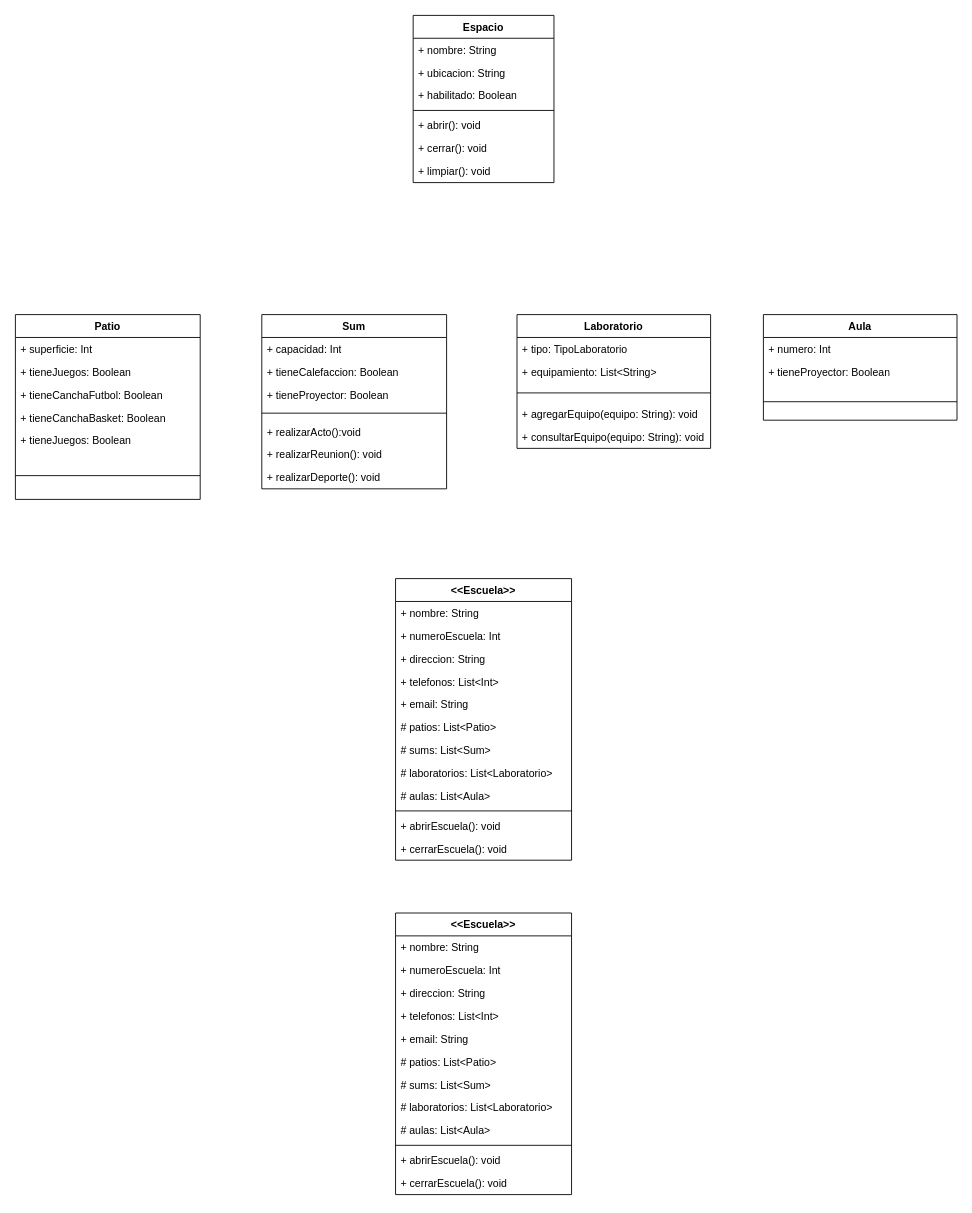
Above: uml_escuela.drawio in franualba/diagrams (draw.io), before the change. Source tidied: cells renumbered, new cells numbered last; positions are measured from the earlier drawing's top-left corner, leaving out a move shared by most shapes. Both pictures are drawn from the tidied source at 88%, with x=0, y=0 at pixel (15, 15).
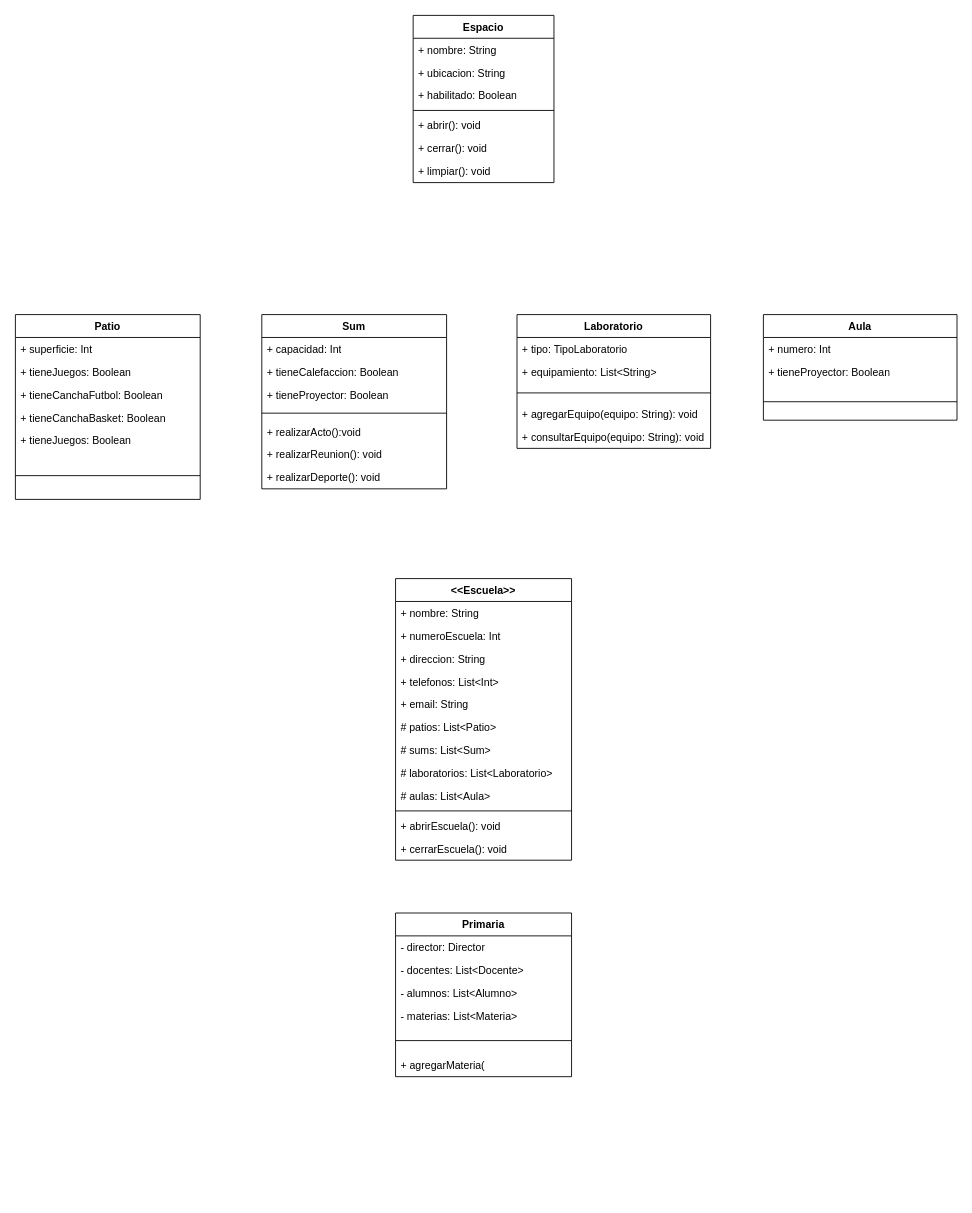
The same diagram, later.

What changed in the source:
```diff
@@
-    <mxCell id="48" value="&amp;lt;&amp;lt;Escuela&amp;gt;&amp;gt;" style="swimlane;fontStyle=1;align=center;verticalAlign=top;horizontal=1;startSize=26;whiteSpace=wrap;html=1;" parent="1" vertex="1">
-      <mxGeometry x="432" y="1020" width="200" height="320" as="geometry" />
+    <mxCell id="48" value="Primaria" style="swimlane;fontStyle=1;align=center;verticalAlign=top;horizontal=1;startSize=26;whiteSpace=wrap;html=1;" parent="1" vertex="1">
+      <mxGeometry x="432" y="1020" width="200" height="186" as="geometry" />
     </mxCell>
-    <mxCell id="49" value="+ nombre: String" style="text;strokeColor=none;fillColor=none;align=left;verticalAlign=top;spacingLeft=4;spacingRight=4;overflow=hidden;whiteSpace=wrap;html=1;" parent="48" vertex="1">
+    <mxCell id="49" value="- director: Director" style="text;strokeColor=none;fillColor=none;align=left;verticalAlign=top;spacingLeft=4;spacingRight=4;overflow=hidden;whiteSpace=wrap;html=1;" parent="48" vertex="1">
       <mxGeometry y="26" width="200" height="26" as="geometry" />
     </mxCell>
-    <mxCell id="50" value="+ numeroEscuela: Int" style="text;strokeColor=none;fillColor=none;align=left;verticalAlign=top;spacingLeft=4;spacingRight=4;overflow=hidden;whiteSpace=wrap;html=1;" parent="48" vertex="1">
+    <mxCell id="50" value="- docentes: List&amp;lt;Docente&amp;gt;" style="text;strokeColor=none;fillColor=none;align=left;verticalAlign=top;spacingLeft=4;spacingRight=4;overflow=hidden;whiteSpace=wrap;html=1;" parent="48" vertex="1">
       <mxGeometry y="52" width="200" height="26" as="geometry" />
     </mxCell>
-    <mxCell id="51" value="+ direccion: String" style="text;strokeColor=none;fillColor=none;align=left;verticalAlign=top;spacingLeft=4;spacingRight=4;overflow=hidden;whiteSpace=wrap;html=1;" parent="48" vertex="1">
+    <mxCell id="51" value="- alumnos: List&amp;lt;Alumno&amp;gt;" style="text;strokeColor=none;fillColor=none;align=left;verticalAlign=top;spacingLeft=4;spacingRight=4;overflow=hidden;whiteSpace=wrap;html=1;" parent="48" vertex="1">
       <mxGeometry y="78" width="200" height="26" as="geometry" />
     </mxCell>
-    <mxCell id="52" value="+ telefonos: List&amp;lt;Int&amp;gt;" style="text;strokeColor=none;fillColor=none;align=left;verticalAlign=top;spacingLeft=4;spacingRight=4;overflow=hidden;whiteSpace=wrap;html=1;" parent="48" vertex="1">
+    <mxCell id="52" value="- materias: List&amp;lt;Materia&amp;gt;" style="text;strokeColor=none;fillColor=none;align=left;verticalAlign=top;spacingLeft=4;spacingRight=4;overflow=hidden;whiteSpace=wrap;html=1;" parent="48" vertex="1">
       <mxGeometry y="104" width="200" height="26" as="geometry" />
     </mxCell>
-    <mxCell id="53" value="+ email: String" style="text;strokeColor=none;fillColor=none;align=left;verticalAlign=top;spacingLeft=4;spacingRight=4;overflow=hidden;whiteSpace=wrap;html=1;" parent="48" vertex="1">
-      <mxGeometry y="130" width="200" height="26" as="geometry" />
-    </mxCell>
-    <mxCell id="54" value="# patios: List&amp;lt;Patio&amp;gt;" style="text;strokeColor=none;fillColor=none;align=left;verticalAlign=top;spacingLeft=4;spacingRight=4;overflow=hidden;whiteSpace=wrap;html=1;" parent="48" vertex="1">
-      <mxGeometry y="156" width="200" height="26" as="geometry" />
-    </mxCell>
-    <mxCell id="55" value="# sums: List&amp;lt;Sum&amp;gt;" style="text;strokeColor=none;fillColor=none;align=left;verticalAlign=top;spacingLeft=4;spacingRight=4;overflow=hidden;whiteSpace=wrap;html=1;" parent="48" vertex="1">
-      <mxGeometry y="182" width="200" height="26" as="geometry" />
-    </mxCell>
-    <mxCell id="56" value="# laboratorios: List&amp;lt;Laboratorio&amp;gt;" style="text;strokeColor=none;fillColor=none;align=left;verticalAlign=top;spacingLeft=4;spacingRight=4;overflow=hidden;whiteSpace=wrap;html=1;" parent="48" vertex="1">
-      <mxGeometry y="208" width="200" height="26" as="geometry" />
-    </mxCell>
-    <mxCell id="57" value="# aulas: List&amp;lt;Aula&amp;gt;" style="text;strokeColor=none;fillColor=none;align=left;verticalAlign=top;spacingLeft=4;spacingRight=4;overflow=hidden;whiteSpace=wrap;html=1;" parent="48" vertex="1">
-      <mxGeometry y="234" width="200" height="26" as="geometry" />
-    </mxCell>
     <mxCell id="58" style="line;strokeWidth=1;fillColor=none;align=left;verticalAlign=middle;spacingTop=-1;spacingLeft=3;spacingRight=3;labelPosition=right;strokeColor=inherit;" parent="48" vertex="1">
-      <mxGeometry y="260" width="200" height="8" as="geometry" />
+      <mxGeometry y="130" width="200" height="30" as="geometry" />
     </mxCell>
-    <mxCell id="59" value="+ abrirEscuela(): void" style="text;strokeColor=none;fillColor=none;align=left;verticalAlign=top;spacingLeft=4;spacingRight=4;overflow=hidden;whiteSpace=wrap;html=1;" parent="48" vertex="1">
-      <mxGeometry y="268" width="200" height="26" as="geometry" />
-    </mxCell>
-    <mxCell id="60" value="+ cerrarEscuela(): void" style="text;strokeColor=none;fillColor=none;align=left;verticalAlign=top;spacingLeft=4;spacingRight=4;overflow=hidden;whiteSpace=wrap;html=1;" parent="48" vertex="1">
-      <mxGeometry y="294" width="200" height="26" as="geometry" />
-    </mxCell>
+    <mxCell id="61" value="+ agregarMateria(" style="text;strokeColor=none;fillColor=none;align=left;verticalAlign=top;spacingLeft=4;spacingRight=4;overflow=hidden;whiteSpace=wrap;html=1;" parent="48" vertex="1">
+      <mxGeometry y="160" width="200" height="26" as="geometry" />
+    </mxCell>
```
